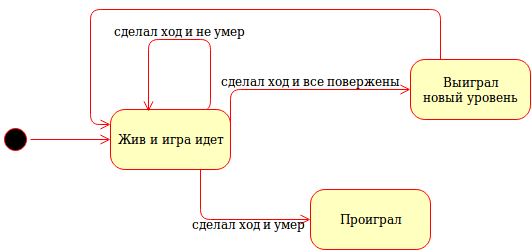
The draw.io diagram hw06/StatesDiagram.png in RamSaw/SoftwareDesign, before a commit. Source tidied: cells renumbered, new cells last; positions are measured from the earlier drawing's top-left corner, leaving out a move shared by most shapes. Source of this version:
```xml
<mxGraphModel background="#ffffff">
  <root>
    <mxCell id="0" />
    <mxCell id="1" parent="0" />
    <mxCell id="2" style="ellipse;html=1;shape=startState;fillColor=#000000;strokeColor=#ff0000;rounded=1;shadow=0;comic=0;labelBackgroundColor=none;fontFamily=Verdana;fontSize=12;fontColor=#000000;align=center;direction=south;" parent="1" vertex="1">
      <mxGeometry y="115" width="30" height="30" as="geometry" />
    </mxCell>
    <mxCell id="3" value="Жив и игра идет" style="rounded=1;whiteSpace=wrap;html=1;arcSize=24;fillColor=#ffffc0;strokeColor=#ff0000;shadow=0;comic=0;labelBackgroundColor=none;fontFamily=Verdana;fontSize=12;fontColor=#000000;align=center;" parent="1" vertex="1">
      <mxGeometry x="110" y="100" width="120" height="60" as="geometry" />
    </mxCell>
    <mxCell id="4" value="Проиграл" style="rounded=1;whiteSpace=wrap;html=1;arcSize=24;fillColor=#ffffc0;strokeColor=#ff0000;shadow=0;comic=0;labelBackgroundColor=none;fontFamily=Verdana;fontSize=12;fontColor=#000000;align=center;" parent="1" vertex="1">
      <mxGeometry x="310" y="180" width="120" height="60" as="geometry" />
    </mxCell>
    <mxCell id="5" style="edgeStyle=orthogonalEdgeStyle;html=1;labelBackgroundColor=none;endArrow=open;endSize=8;strokeColor=#ff0000;fontFamily=Verdana;fontSize=12;align=left;" parent="1" edge="1" source="2" target="3">
      <mxGeometry relative="1" as="geometry" />
    </mxCell>
    <mxCell id="6" style="edgeStyle=orthogonalEdgeStyle;html=1;labelBackgroundColor=none;endArrow=open;endSize=8;strokeColor=#ff0000;fontFamily=Verdana;fontSize=12;align=left;entryX=0;entryY=0.5;" parent="1" edge="1" source="3" target="4">
      <mxGeometry relative="1" as="geometry">
        <Array as="points">
          <mxPoint x="200" y="210" />
        </Array>
      </mxGeometry>
    </mxCell>
    <mxCell id="7" style="edgeStyle=orthogonalEdgeStyle;html=1;labelBackgroundColor=none;endArrow=open;endSize=8;strokeColor=#ff0000;fontFamily=Verdana;fontSize=12;align=left;exitX=0.75;exitY=0;exitDx=0;exitDy=0;entryX=0.317;entryY=0.033;entryDx=0;entryDy=0;entryPerimeter=0;" parent="1" edge="1" source="3" target="3">
      <mxGeometry relative="1" as="geometry">
        <Array as="points">
          <mxPoint x="210" y="100" />
          <mxPoint x="210" y="30" />
          <mxPoint x="148" y="30" />
        </Array>
      </mxGeometry>
    </mxCell>
    <mxCell id="8" value="сделал ход и не умер" style="text;html=1;align=center;verticalAlign=middle;labelBackgroundColor=#ffffff;" parent="7" vertex="1">
      <mxGeometry x="-0.07" y="2" relative="1" as="geometry">
        <mxPoint x="-10" y="-12" as="offset" />
      </mxGeometry>
    </mxCell>
    <mxCell id="9" value="сделал ход и умер" style="text;html=1;align=left;verticalAlign=top;spacingTop=-4;" parent="1" vertex="1">
      <mxGeometry x="190" y="205" width="130" height="20" as="geometry" />
    </mxCell>
    <mxCell id="10" style="edgeStyle=orthogonalEdgeStyle;html=1;labelBackgroundColor=none;endArrow=open;endSize=8;strokeColor=#ff0000;fontFamily=Verdana;fontSize=12;align=left;entryX=0;entryY=0.5;entryDx=0;entryDy=0;" parent="1" edge="1" target="12">
      <mxGeometry relative="1" as="geometry">
        <mxPoint x="230" y="130" as="sourcePoint" />
        <Array as="points">
          <mxPoint x="230" y="80" />
        </Array>
      </mxGeometry>
    </mxCell>
    <mxCell id="11" value="сделал ход и все повержены" style="text;html=1;align=center;verticalAlign=middle;labelBackgroundColor=#ffffff;" parent="10" vertex="1">
      <mxGeometry x="0.02" relative="1" as="geometry">
        <mxPoint x="13" y="-10" as="offset" />
      </mxGeometry>
    </mxCell>
    <mxCell id="12" value="&lt;div&gt;Выиграл&lt;/div&gt;&lt;div&gt;новый уровень&lt;br&gt;&lt;/div&gt;" style="rounded=1;whiteSpace=wrap;html=1;arcSize=24;fillColor=#ffffc0;strokeColor=#ff0000;shadow=0;comic=0;labelBackgroundColor=none;fontFamily=Verdana;fontSize=12;fontColor=#000000;align=center;" parent="1" vertex="1">
      <mxGeometry x="410" y="50" width="120" height="60" as="geometry" />
    </mxCell>
    <mxCell id="13" style="edgeStyle=orthogonalEdgeStyle;html=1;exitX=0.25;exitY=0;entryX=0;entryY=0.25;labelBackgroundColor=none;endArrow=open;endSize=8;strokeColor=#ff0000;fontFamily=Verdana;fontSize=12;align=left;entryDx=0;entryDy=0;exitDx=0;exitDy=0;" parent="1" edge="1" source="12" target="3">
      <mxGeometry relative="1" as="geometry">
        <Array as="points">
          <mxPoint x="440" />
          <mxPoint x="90" />
          <mxPoint x="90" y="115" />
        </Array>
      </mxGeometry>
    </mxCell>
  </root>
</mxGraphModel>
```
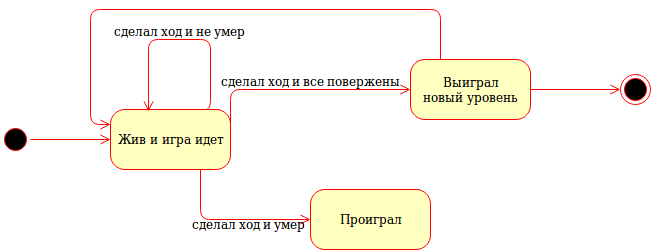
Above is the later version.

What changed in the source:
```diff
@@ -63,5 +63,11 @@
         </Array>
       </mxGeometry>
     </mxCell>
+    <mxCell id="14" style="ellipse;html=1;shape=endState;fillColor=#000000;strokeColor=#ff0000;" parent="1" vertex="1">
+      <mxGeometry x="620" y="65" width="30" height="30" as="geometry" />
+    </mxCell>
+    <mxCell id="15" style="edgeStyle=orthogonalEdgeStyle;html=1;labelBackgroundColor=none;endArrow=open;endSize=8;strokeColor=#ff0000;fontFamily=Verdana;fontSize=12;align=left;entryX=0;entryY=0.5;entryDx=0;entryDy=0;exitX=1;exitY=0.5;exitDx=0;exitDy=0;" parent="1" edge="1" source="12" target="14">
+      <mxGeometry relative="1" as="geometry" />
+    </mxCell>
   </root>
 </mxGraphModel>
```
